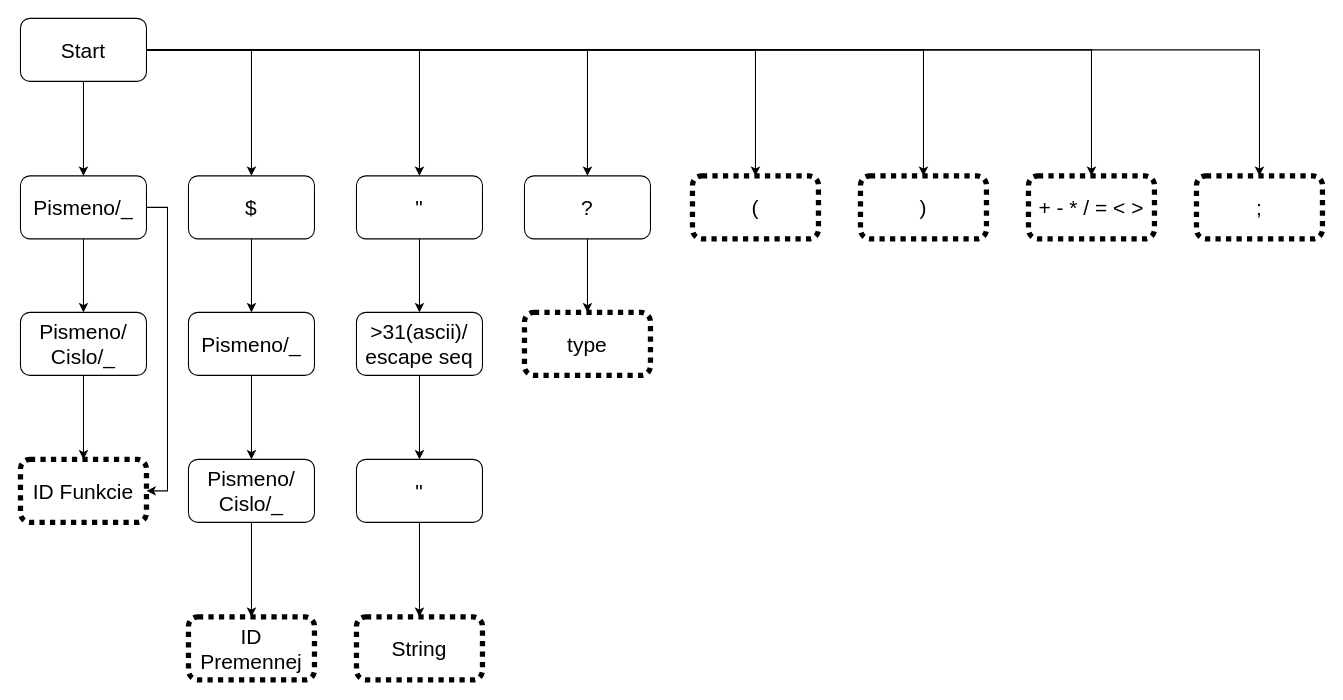
Above: StateMachine/StateMachine.drawio in RatsAreNice/IFJ-2022 (draw.io), before the change. Source tidied: cells renumbered, new cells numbered last; positions are measured from the earlier drawing's top-left corner, leaving out a move shared by most shapes. Both pictures are drawn from the tidied source at 105%, with x=0, y=0 at pixel (20, 18).
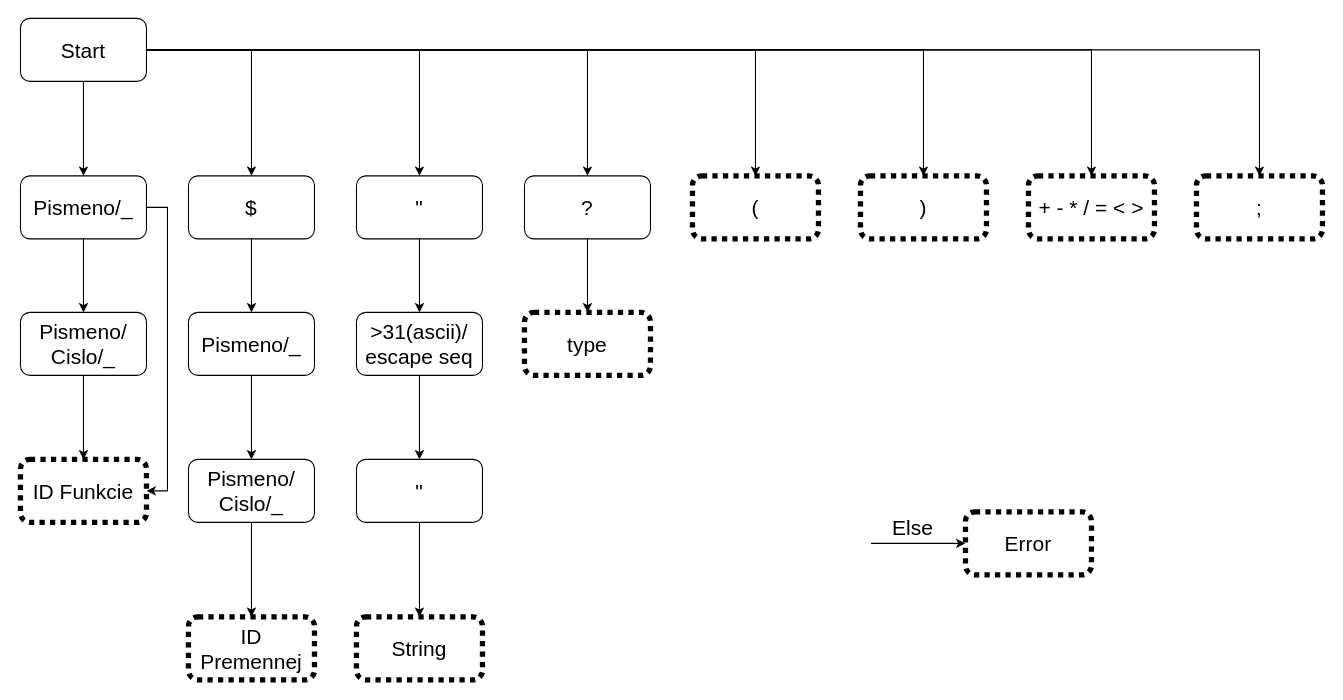
The same page after the edit.

What changed in the source:
```diff
@@
+    <mxCell id="38" style="endArrow=classic;html=1;rounded=0;fontSize=20;entryX=0;entryY=0.5;entryDx=0;entryDy=0;" parent="1" edge="1" target="39">
+      <mxGeometry relative="1" as="geometry">
+        <mxPoint x="810" y="500" as="sourcePoint" />
+      </mxGeometry>
+    </mxCell>
+    <mxCell id="39" value="Error" style="rounded=1;whiteSpace=wrap;html=1;dashed=1;dashPattern=1 1;strokeWidth=5;fontSize=20;" parent="1" vertex="1">
+      <mxGeometry x="900" y="470" width="120" height="60" as="geometry" />
+    </mxCell>
+    <mxCell id="40" value="Else" style="text;html=1;strokeColor=none;fillColor=none;align=center;verticalAlign=middle;whiteSpace=wrap;rounded=0;dashed=1;dashPattern=1 1;strokeWidth=5;fontSize=20;" parent="1" vertex="1">
+      <mxGeometry x="820" y="470" width="60" height="30" as="geometry" />
+    </mxCell>
```
